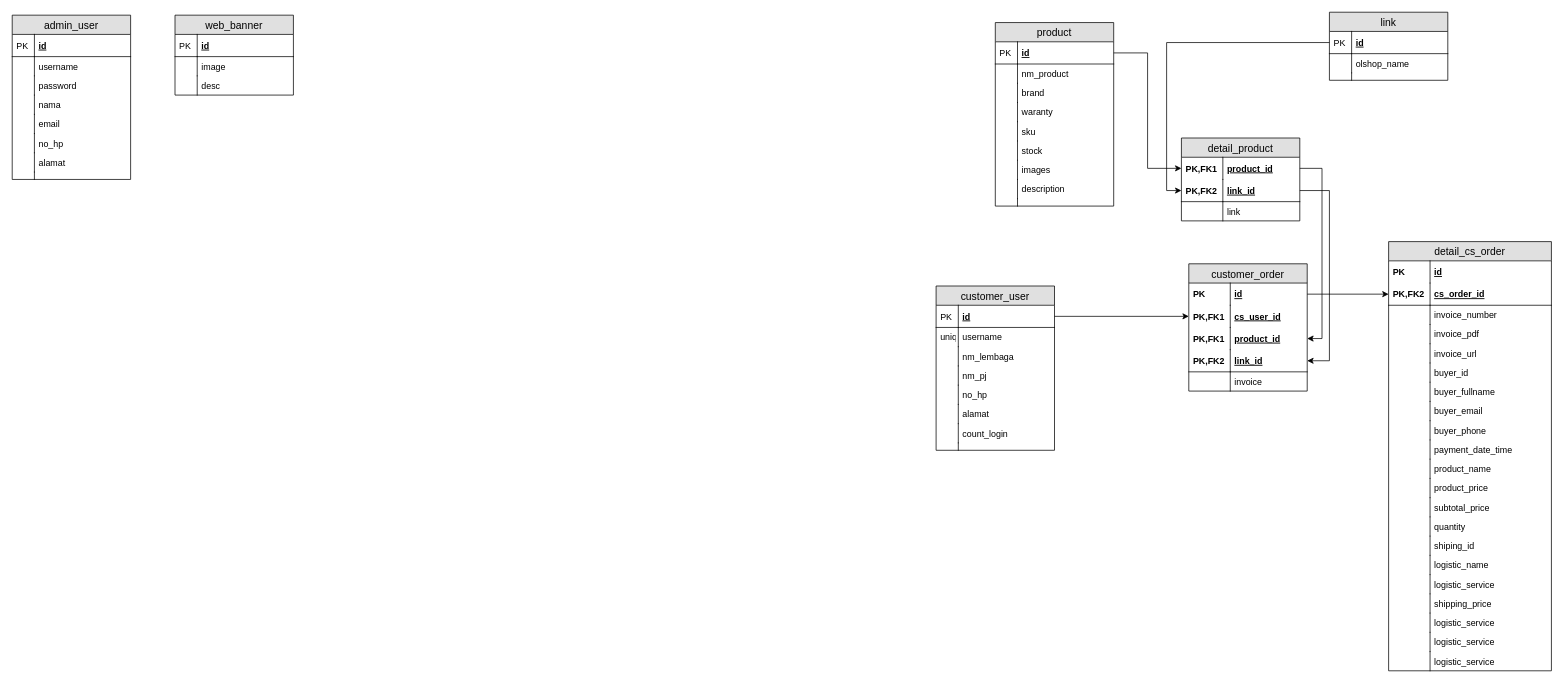
The draw.io diagram designDB.drawio in budi-ari/BLLio, before the edit. Source tidied: cells renumbered, new cells numbered last; positions are measured from the earlier drawing's top-left corner, leaving out a move shared by most shapes. Both pictures are drawn from the tidied source at 74%, with x=0, y=0 at pixel (12, 12).
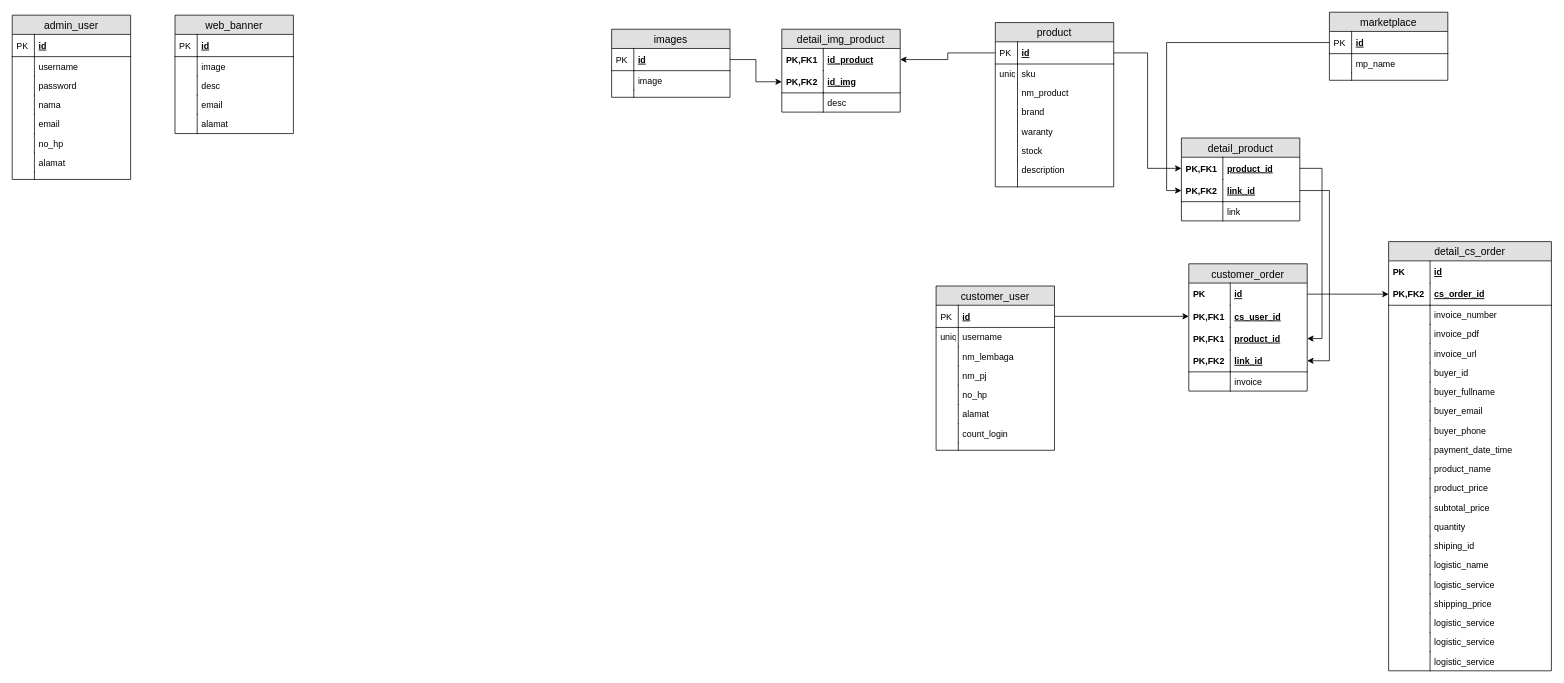
The same diagram, later.

Unchanged cells that the change refers to:
```xml
<mxCell id="20" value="id" style="shape=partialRectangle;top=0;left=0;right=0;bottom=1;align=left;verticalAlign=middle;fillColor=none;spacingLeft=34;spacingRight=4;overflow=hidden;points=[[0,0.5],[1,0.5]];portConstraint=eastwest;fontStyle=5;fontSize=12;" parent="19" vertex="1">
  <mxGeometry y="26" width="160" height="30" as="geometry" />
</mxCell>
```

Change to the diagram source:
```diff
@@
     <mxCell id="19" value="product" style="swimlane;fontStyle=0;horizontal=1;startSize=26;fillColor=#e0e0e0;swimlaneFillColor=#ffffff;align=center;fontSize=14;" parent="1" vertex="1">
-      <mxGeometry x="1328.5" y="14" width="160" height="248" as="geometry" />
+      <mxGeometry x="1328.5" y="14" width="160" height="222" as="geometry" />
     </mxCell>
@@
+    <mxCell id="28" value="sku" style="shape=partialRectangle;top=0;left=0;right=0;bottom=0;align=left;verticalAlign=top;fillColor=none;spacingLeft=34;spacingRight=4;overflow=hidden;fontSize=12;" parent="19" vertex="1">
+      <mxGeometry y="56" width="160" height="26" as="geometry" />
+    </mxCell>
+    <mxCell id="29" value="uniq" style="shape=partialRectangle;top=0;left=0;bottom=0;fillColor=none;align=left;verticalAlign=top;spacingLeft=4;spacingRight=4;overflow=hidden;fontSize=12;" parent="28" vertex="1">
+      <mxGeometry width="30" height="26" as="geometry" />
+    </mxCell>
     <mxCell id="22" value="nm_product" style="shape=partialRectangle;top=0;left=0;right=0;bottom=0;align=left;verticalAlign=top;fillColor=none;spacingLeft=34;spacingRight=4;overflow=hidden;fontSize=12;" parent="19" vertex="1">
-      <mxGeometry y="56" width="160" height="26" as="geometry" />
+      <mxGeometry y="82" width="160" height="26" as="geometry" />
     </mxCell>
@@
     <mxCell id="24" value="brand" style="shape=partialRectangle;top=0;left=0;right=0;bottom=0;align=left;verticalAlign=top;fillColor=none;spacingLeft=34;spacingRight=4;overflow=hidden;fontSize=12;" parent="19" vertex="1">
-      <mxGeometry y="82" width="160" height="26" as="geometry" />
+      <mxGeometry y="108" width="160" height="26" as="geometry" />
     </mxCell>
@@
     <mxCell id="26" value="waranty" style="shape=partialRectangle;top=0;left=0;right=0;bottom=0;align=left;verticalAlign=top;fillColor=none;spacingLeft=34;spacingRight=4;overflow=hidden;fontSize=12;" parent="19" vertex="1">
-      <mxGeometry y="108" width="160" height="26" as="geometry" />
+      <mxGeometry y="134" width="160" height="26" as="geometry" />
     </mxCell>
@@
-    <mxCell id="28" value="sku" style="shape=partialRectangle;top=0;left=0;right=0;bottom=0;align=left;verticalAlign=top;fillColor=none;spacingLeft=34;spacingRight=4;overflow=hidden;fontSize=12;" parent="19" vertex="1">
-      <mxGeometry y="134" width="160" height="26" as="geometry" />
-    </mxCell>
-    <mxCell id="29" style="shape=partialRectangle;top=0;left=0;bottom=0;fillColor=none;align=left;verticalAlign=top;spacingLeft=4;spacingRight=4;overflow=hidden;fontSize=12;" parent="28" vertex="1">
-      <mxGeometry width="30" height="26" as="geometry" />
-    </mxCell>
@@
-    <mxCell id="32" value="images" style="shape=partialRectangle;top=0;left=0;right=0;bottom=0;align=left;verticalAlign=top;fillColor=none;spacingLeft=34;spacingRight=4;overflow=hidden;fontSize=12;" parent="19" vertex="1">
-      <mxGeometry y="186" width="160" height="26" as="geometry" />
-    </mxCell>
-    <mxCell id="33" style="shape=partialRectangle;top=0;left=0;bottom=0;fillColor=none;align=left;verticalAlign=top;spacingLeft=4;spacingRight=4;overflow=hidden;fontSize=12;" parent="32" vertex="1">
-      <mxGeometry width="30" height="26" as="geometry" />
-    </mxCell>
     <mxCell id="34" value="description" style="shape=partialRectangle;top=0;left=0;right=0;bottom=0;align=left;verticalAlign=top;fillColor=none;spacingLeft=34;spacingRight=4;overflow=hidden;fontSize=12;" parent="19" vertex="1">
-      <mxGeometry y="212" width="160" height="26" as="geometry" />
+      <mxGeometry y="186" width="160" height="26" as="geometry" />
     </mxCell>
@@
     <mxCell id="36" style="shape=partialRectangle;top=0;left=0;right=0;bottom=0;align=left;verticalAlign=top;fillColor=none;spacingLeft=34;spacingRight=4;overflow=hidden;fontSize=12;" parent="19" vertex="1">
-      <mxGeometry y="238" width="160" height="10" as="geometry" />
+      <mxGeometry y="212" width="160" height="10" as="geometry" />
     </mxCell>
@@
-    <mxCell id="38" value="link" style="swimlane;fontStyle=0;horizontal=1;startSize=26;fillColor=#e0e0e0;swimlaneFillColor=#ffffff;align=center;fontSize=14;" parent="1" vertex="1">
+    <mxCell id="38" value="marketplace" style="swimlane;fontStyle=0;horizontal=1;startSize=26;fillColor=#e0e0e0;swimlaneFillColor=#ffffff;align=center;fontSize=14;" parent="1" vertex="1">
       <mxGeometry x="1780" width="160" height="92" as="geometry" />
     </mxCell>
@@
-    <mxCell id="41" value="olshop_name" style="shape=partialRectangle;top=0;left=0;right=0;bottom=0;align=left;verticalAlign=top;fillColor=none;spacingLeft=34;spacingRight=4;overflow=hidden;fontSize=12;" parent="38" vertex="1">
+    <mxCell id="41" value="mp_name" style="shape=partialRectangle;top=0;left=0;right=0;bottom=0;align=left;verticalAlign=top;fillColor=none;spacingLeft=34;spacingRight=4;overflow=hidden;fontSize=12;" parent="38" vertex="1">
       <mxGeometry y="56" width="160" height="26" as="geometry" />
     </mxCell>
@@
     <mxCell id="129" value="web_banner" style="swimlane;fontStyle=0;horizontal=1;startSize=26;fillColor=#e0e0e0;swimlaneFillColor=#ffffff;align=center;fontSize=14;" parent="1" vertex="1">
-      <mxGeometry x="220" y="4" width="160" height="108" as="geometry" />
+      <mxGeometry x="220" y="4" width="160" height="160" as="geometry" />
     </mxCell>
@@
+    <mxCell id="136" value="email" style="shape=partialRectangle;top=0;left=0;right=0;bottom=0;align=left;verticalAlign=top;fillColor=none;spacingLeft=34;spacingRight=4;overflow=hidden;fontSize=12;" parent="129" vertex="1">
+      <mxGeometry y="108" width="160" height="26" as="geometry" />
+    </mxCell>
+    <mxCell id="137" style="shape=partialRectangle;top=0;left=0;bottom=0;fillColor=none;align=left;verticalAlign=top;spacingLeft=4;spacingRight=4;overflow=hidden;fontSize=12;" parent="136" vertex="1">
+      <mxGeometry width="30" height="26" as="geometry" />
+    </mxCell>
+    <mxCell id="138" value="alamat" style="shape=partialRectangle;top=0;left=0;right=0;bottom=0;align=left;verticalAlign=top;fillColor=none;spacingLeft=34;spacingRight=4;overflow=hidden;fontSize=12;" parent="129" vertex="1">
+      <mxGeometry y="134" width="160" height="26" as="geometry" />
+    </mxCell>
+    <mxCell id="139" style="shape=partialRectangle;top=0;left=0;bottom=0;fillColor=none;align=left;verticalAlign=top;spacingLeft=4;spacingRight=4;overflow=hidden;fontSize=12;" parent="138" vertex="1">
+      <mxGeometry width="30" height="26" as="geometry" />
+    </mxCell>
+    <mxCell id="32" value="images" style="swimlane;fontStyle=0;horizontal=1;startSize=26;fillColor=#e0e0e0;swimlaneFillColor=#ffffff;align=center;fontSize=14;" parent="1" vertex="1">
+      <mxGeometry x="810" y="23" width="160" height="92" as="geometry" />
+    </mxCell>
+    <mxCell id="140" value="id" style="shape=partialRectangle;top=0;left=0;right=0;bottom=1;align=left;verticalAlign=middle;fillColor=none;spacingLeft=34;spacingRight=4;overflow=hidden;points=[[0,0.5],[1,0.5]];portConstraint=eastwest;fontStyle=5;fontSize=12;" parent="32" vertex="1">
+      <mxGeometry y="26" width="160" height="30" as="geometry" />
+    </mxCell>
+    <mxCell id="141" value="PK" style="shape=partialRectangle;top=0;left=0;bottom=0;fillColor=none;align=left;verticalAlign=middle;spacingLeft=4;spacingRight=4;overflow=hidden;fontSize=12;" parent="140" vertex="1">
+      <mxGeometry width="30" height="30" as="geometry" />
+    </mxCell>
+    <mxCell id="142" value="image" style="shape=partialRectangle;top=0;left=0;right=0;bottom=0;align=left;verticalAlign=top;fillColor=none;spacingLeft=34;spacingRight=4;overflow=hidden;fontSize=12;" parent="32" vertex="1">
+      <mxGeometry y="56" width="160" height="26" as="geometry" />
+    </mxCell>
+    <mxCell id="143" style="shape=partialRectangle;top=0;left=0;bottom=0;fillColor=none;align=left;verticalAlign=top;spacingLeft=4;spacingRight=4;overflow=hidden;fontSize=12;" parent="142" vertex="1">
+      <mxGeometry width="30" height="26" as="geometry" />
+    </mxCell>
+    <mxCell id="144" style="shape=partialRectangle;top=0;left=0;right=0;bottom=0;align=left;verticalAlign=top;fillColor=none;spacingLeft=34;spacingRight=4;overflow=hidden;fontSize=12;" parent="32" vertex="1">
+      <mxGeometry y="82" width="160" height="10" as="geometry" />
+    </mxCell>
+    <mxCell id="145" style="shape=partialRectangle;top=0;left=0;bottom=0;fillColor=none;align=left;verticalAlign=top;spacingLeft=4;spacingRight=4;overflow=hidden;fontSize=12;" parent="144" vertex="1">
+      <mxGeometry width="30" height="10" as="geometry" />
+    </mxCell>
+    <mxCell id="146" value="detail_img_product" style="swimlane;fontStyle=0;horizontal=1;startSize=26;fillColor=#e0e0e0;swimlaneFillColor=#ffffff;align=center;fontSize=14;" parent="1" vertex="1">
+      <mxGeometry x="1040" y="23" width="160" height="112" as="geometry" />
+    </mxCell>
+    <mxCell id="147" value="id_product" style="shape=partialRectangle;top=0;left=0;right=0;bottom=0;align=left;verticalAlign=middle;fillColor=none;spacingLeft=60;spacingRight=4;overflow=hidden;points=[[0,0.5],[1,0.5]];portConstraint=eastwest;fontStyle=5;fontSize=12;" parent="146" vertex="1">
+      <mxGeometry y="26" width="160" height="30" as="geometry" />
+    </mxCell>
+    <mxCell id="148" value="PK,FK1" style="shape=partialRectangle;fontStyle=1;top=0;left=0;bottom=0;fillColor=none;align=left;verticalAlign=middle;spacingLeft=4;spacingRight=4;overflow=hidden;fontSize=12;" parent="147" vertex="1">
+      <mxGeometry width="56" height="30" as="geometry" />
+    </mxCell>
+    <mxCell id="149" value="id_img" style="shape=partialRectangle;top=0;left=0;right=0;bottom=1;align=left;verticalAlign=middle;fillColor=none;spacingLeft=60;spacingRight=4;overflow=hidden;points=[[0,0.5],[1,0.5]];portConstraint=eastwest;fontStyle=5;fontSize=12;" parent="146" vertex="1">
+      <mxGeometry y="56" width="160" height="30" as="geometry" />
+    </mxCell>
+    <mxCell id="150" value="PK,FK2" style="shape=partialRectangle;fontStyle=1;top=0;left=0;bottom=0;fillColor=none;align=left;verticalAlign=middle;spacingLeft=4;spacingRight=4;overflow=hidden;fontSize=12;" parent="149" vertex="1">
+      <mxGeometry width="56" height="30" as="geometry" />
+    </mxCell>
+    <mxCell id="151" value="desc" style="shape=partialRectangle;top=0;left=0;right=0;bottom=0;align=left;verticalAlign=top;fillColor=none;spacingLeft=60;spacingRight=4;overflow=hidden;fontSize=12;" parent="146" vertex="1">
+      <mxGeometry y="86" width="160" height="26" as="geometry" />
+    </mxCell>
+    <mxCell id="152" style="shape=partialRectangle;top=0;left=0;bottom=0;fillColor=none;align=left;verticalAlign=top;spacingLeft=4;spacingRight=4;overflow=hidden;fontSize=12;" parent="151" vertex="1">
+      <mxGeometry width="56" height="26" as="geometry" />
+    </mxCell>
+    <mxCell id="153" style="edgeStyle=orthogonalEdgeStyle;rounded=0;jettySize=auto;html=1;" parent="1" edge="1" source="20" target="147">
+      <mxGeometry relative="1" as="geometry" />
+    </mxCell>
+    <mxCell id="154" style="edgeStyle=orthogonalEdgeStyle;rounded=0;jettySize=auto;html=1;entryX=0;entryY=0.5;entryDx=0;entryDy=0;" parent="1" edge="1" source="140" target="149">
+      <mxGeometry relative="1" as="geometry" />
+    </mxCell>
```
